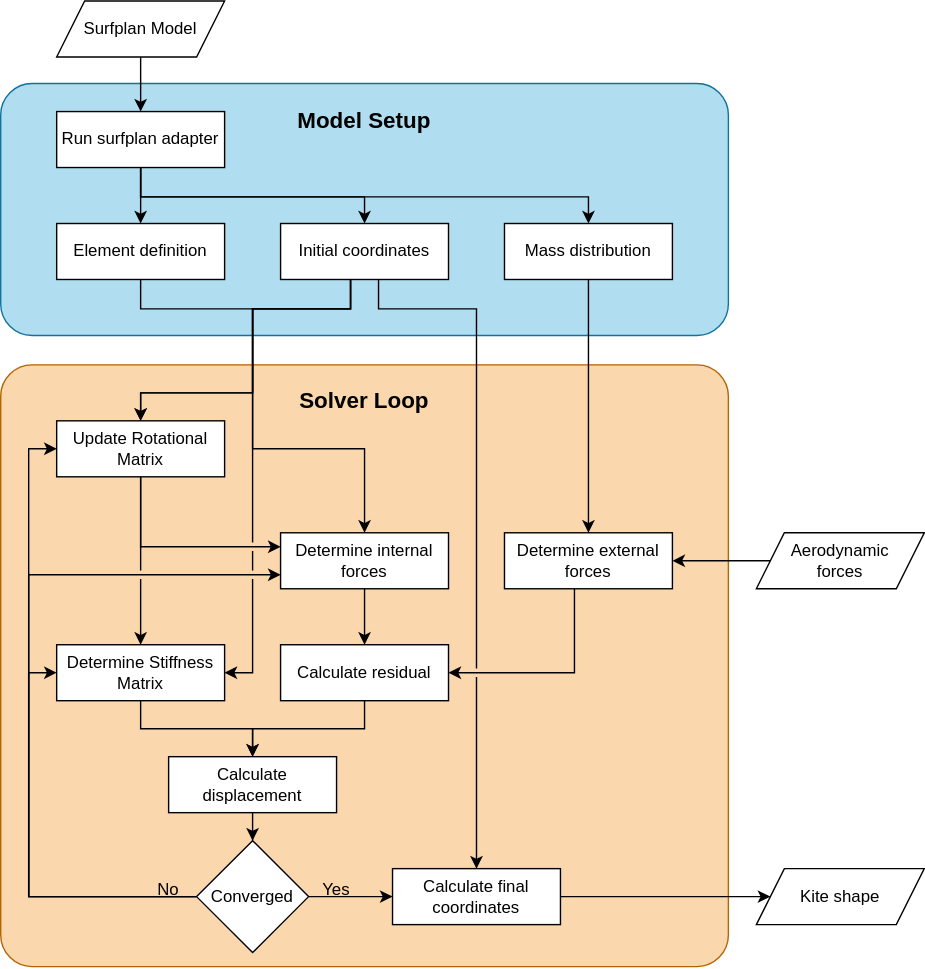
This is Figures/drawio/FEM_flowchart.drawio.svg from PatrickRoel/Thesis, a draw.io export, as it was before one commit. Source tidied: cells renumbered, new cells last; positions are measured from the earlier drawing's top-left corner, leaving out a move shared by most shapes.
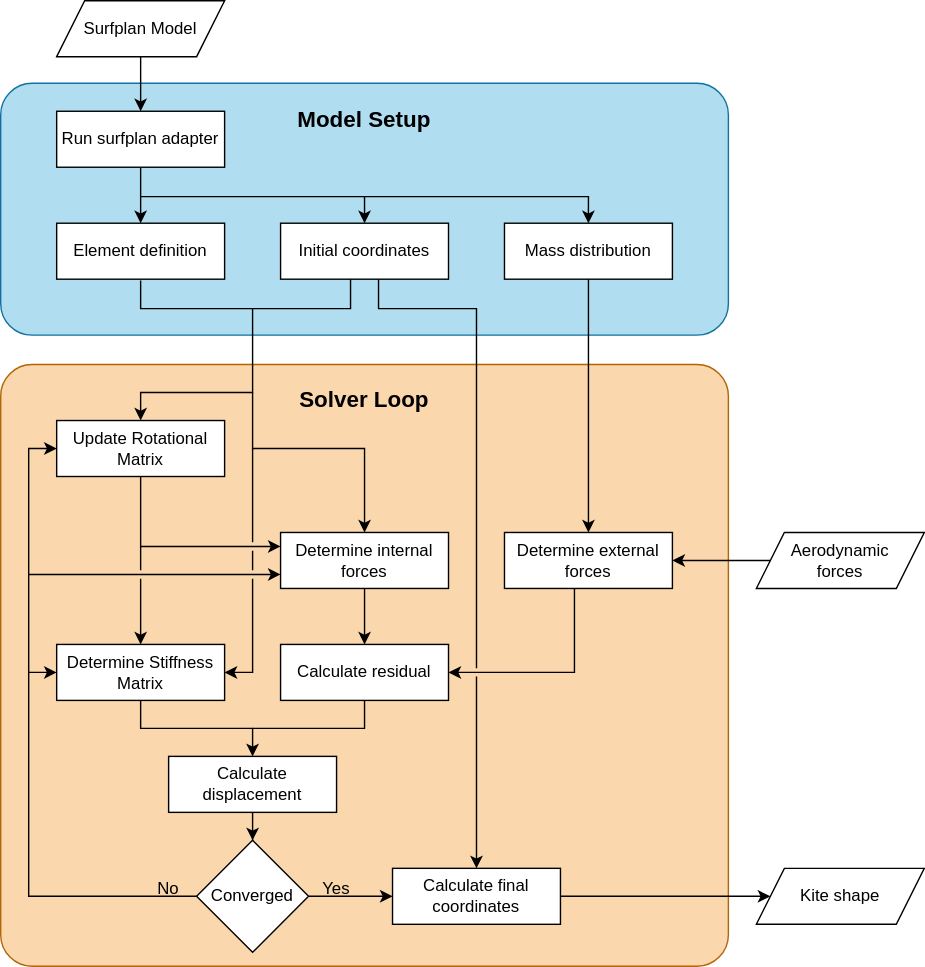
The same file after the commit.

The edit, as a diff of the source:
```diff
@@ -2,12 +2,15 @@
   <root>
     <mxCell id="0" />
     <mxCell id="1" parent="0" />
+    <mxCell id="3" style="rounded=1;whiteSpace=wrap;html=1;fillColor=#FAD7AC;strokeColor=#b46504;glass=0;shadow=0;arcSize=45;absoluteArcSize=1;" parent="1" vertex="1">
+      <mxGeometry y="260" width="520" height="430" as="geometry" />
+    </mxCell>
+    <mxCell id="45" value="Solver Loop" style="text;html=1;whiteSpace=wrap;strokeColor=none;fillColor=none;align=center;verticalAlign=middle;rounded=0;fontStyle=1;fontSize=16;" parent="1" vertex="1">
+      <mxGeometry y="270" width="520" height="30" as="geometry" />
+    </mxCell>
     <mxCell id="2" style="rounded=1;whiteSpace=wrap;html=1;fillColor=#b1ddf0;strokeColor=#10739e;absoluteArcSize=1;arcSize=45;" parent="1" vertex="1">
       <mxGeometry y="59" width="520" height="180" as="geometry" />
     </mxCell>
-    <mxCell id="3" style="rounded=1;whiteSpace=wrap;html=1;fillColor=#FAD7AC;strokeColor=#b46504;glass=0;shadow=0;arcSize=45;absoluteArcSize=1;" parent="1" vertex="1">
-      <mxGeometry y="260" width="520" height="430" as="geometry" />
-    </mxCell>
     <mxCell id="4" style="edgeStyle=orthogonalEdgeStyle;rounded=0;jettySize=auto;html=1;" parent="1" edge="1" source="5" target="7">
       <mxGeometry relative="1" as="geometry">
         <Array as="points">
@@ -19,9 +22,6 @@
     <mxCell id="5" value="Determine internal forces" style="rounded=0;whiteSpace=wrap;html=1;" parent="1" vertex="1">
       <mxGeometry x="200" y="380" width="120" height="40" as="geometry" />
     </mxCell>
-    <mxCell id="6" style="edgeStyle=orthogonalEdgeStyle;rounded=0;jettySize=auto;html=1;exitX=0.5;exitY=1;exitDx=0;exitDy=0;entryX=0.5;entryY=0;entryDx=0;entryDy=0;" parent="1" edge="1" source="7" target="11">
-      <mxGeometry relative="1" as="geometry" />
-    </mxCell>
     <mxCell id="7" value="Calculate residual" style="rounded=0;whiteSpace=wrap;html=1;" parent="1" vertex="1">
       <mxGeometry x="200" y="460" width="120" height="40" as="geometry" />
     </mxCell>
@@ -45,24 +45,6 @@
         </Array>
       </mxGeometry>
     </mxCell>
-    <mxCell id="13" style="edgeStyle=orthogonalEdgeStyle;rounded=0;jettySize=auto;html=1;" parent="1" edge="1" source="16">
-      <mxGeometry relative="1" as="geometry">
-        <mxPoint x="200" y="410" as="targetPoint" />
-        <Array as="points">
-          <mxPoint x="20" y="640" />
-          <mxPoint x="20" y="410" />
-          <mxPoint x="200" y="410" />
-        </Array>
-      </mxGeometry>
-    </mxCell>
-    <mxCell id="14" style="edgeStyle=orthogonalEdgeStyle;rounded=0;jettySize=auto;html=1;entryX=0;entryY=0.5;entryDx=0;entryDy=0;" parent="1" edge="1" source="16" target="34">
-      <mxGeometry relative="1" as="geometry">
-        <Array as="points">
-          <mxPoint x="20" y="640" />
-          <mxPoint x="20" y="320" />
-        </Array>
-      </mxGeometry>
-    </mxCell>
     <mxCell id="15" style="edgeStyle=orthogonalEdgeStyle;rounded=0;jettySize=auto;html=1;entryX=0;entryY=0.5;entryDx=0;entryDy=0;" parent="1" edge="1" source="16" target="32">
       <mxGeometry relative="1" as="geometry" />
     </mxCell>
@@ -75,16 +57,6 @@
     <mxCell id="18" value="No" style="text;html=1;whiteSpace=wrap;strokeColor=none;fillColor=none;align=center;verticalAlign=middle;rounded=0;" parent="1" vertex="1">
       <mxGeometry x="90" y="620" width="60" height="30" as="geometry" />
     </mxCell>
-    <mxCell id="19" style="edgeStyle=orthogonalEdgeStyle;rounded=0;jettySize=auto;html=1;" parent="1" edge="1" source="20" target="34">
-      <mxGeometry relative="1" as="geometry">
-        <Array as="points">
-          <mxPoint x="100" y="220" />
-          <mxPoint x="180" y="220" />
-          <mxPoint x="180" y="280" />
-          <mxPoint x="100" y="280" />
-        </Array>
-      </mxGeometry>
-    </mxCell>
     <mxCell id="20" value="Element definition" style="rounded=0;whiteSpace=wrap;html=1;" parent="1" vertex="1">
       <mxGeometry x="40" y="159" width="120" height="40" as="geometry" />
     </mxCell>
@@ -129,19 +101,12 @@
     <mxCell id="27" value="Initial coordinates" style="rounded=0;whiteSpace=wrap;html=1;" parent="1" vertex="1">
       <mxGeometry x="200" y="159" width="120" height="40" as="geometry" />
     </mxCell>
-    <mxCell id="28" style="edgeStyle=orthogonalEdgeStyle;rounded=0;jettySize=auto;html=1;entryX=0.5;entryY=0;entryDx=0;entryDy=0;" parent="1" edge="1" source="31" target="40">
-      <mxGeometry relative="1" as="geometry">
-        <Array as="points">
-          <mxPoint x="100" y="140" />
-          <mxPoint x="420" y="140" />
-        </Array>
-      </mxGeometry>
-    </mxCell>
     <mxCell id="29" style="edgeStyle=orthogonalEdgeStyle;rounded=0;jettySize=auto;html=1;entryX=0.5;entryY=0;entryDx=0;entryDy=0;" parent="1" edge="1" source="31" target="20">
       <mxGeometry relative="1" as="geometry" />
     </mxCell>
-    <mxCell id="30" style="edgeStyle=orthogonalEdgeStyle;rounded=0;jettySize=auto;html=1;" parent="1" edge="1" source="31" target="27">
+    <mxCell id="30" style="edgeStyle=orthogonalEdgeStyle;rounded=0;jettySize=auto;html=1;" parent="1" edge="1" target="27">
       <mxGeometry relative="1" as="geometry">
+        <mxPoint x="260" y="140" as="sourcePoint" />
         <Array as="points">
           <mxPoint x="100" y="140" />
           <mxPoint x="260" y="140" />
@@ -154,14 +119,6 @@
     <mxCell id="32" value="Calculate final coordinates" style="rounded=0;whiteSpace=wrap;html=1;" parent="1" vertex="1">
       <mxGeometry x="280" y="620" width="120" height="40" as="geometry" />
     </mxCell>
-    <mxCell id="33" style="edgeStyle=orthogonalEdgeStyle;rounded=0;jettySize=auto;html=1;jumpStyle=gap;" parent="1" edge="1" source="34">
-      <mxGeometry relative="1" as="geometry">
-        <mxPoint x="100" y="460" as="targetPoint" />
-        <Array as="points">
-          <mxPoint x="100" y="460" />
-        </Array>
-      </mxGeometry>
-    </mxCell>
     <mxCell id="34" value="Update Rotational Matrix" style="rounded=0;whiteSpace=wrap;html=1;" parent="1" vertex="1">
       <mxGeometry x="40" y="300" width="120" height="40" as="geometry" />
     </mxCell>
@@ -172,15 +129,6 @@
         </Array>
       </mxGeometry>
     </mxCell>
-    <mxCell id="36" style="edgeStyle=orthogonalEdgeStyle;rounded=0;jettySize=auto;html=1;jumpStyle=gap;entryX=1;entryY=0.5;entryDx=0;entryDy=0;" parent="1" edge="1" source="27" target="9">
-      <mxGeometry relative="1" as="geometry">
-        <Array as="points">
-          <mxPoint x="250" y="220" />
-          <mxPoint x="180" y="220" />
-          <mxPoint x="180" y="480" />
-        </Array>
-      </mxGeometry>
-    </mxCell>
     <mxCell id="37" style="edgeStyle=orthogonalEdgeStyle;rounded=0;jettySize=auto;html=1;" parent="1" edge="1" source="38" target="31">
       <mxGeometry relative="1" as="geometry" />
     </mxCell>
@@ -199,21 +147,75 @@
     <mxCell id="42" value="&lt;div&gt;Determine external&lt;/div&gt;&lt;div&gt;forces&lt;/div&gt;" style="rounded=0;whiteSpace=wrap;html=1;" parent="1" vertex="1">
       <mxGeometry x="360" y="380" width="120" height="40" as="geometry" />
     </mxCell>
-    <mxCell id="43" style="edgeStyle=orthogonalEdgeStyle;rounded=0;jettySize=auto;html=1;entryX=0.5;entryY=0;entryDx=0;entryDy=0;jumpStyle=gap;" parent="1" edge="1" source="27" target="5">
-      <mxGeometry relative="1" as="geometry">
-        <Array as="points">
-          <mxPoint x="250" y="220" />
-          <mxPoint x="180" y="220" />
-          <mxPoint x="180" y="320" />
-          <mxPoint x="260" y="320" />
-        </Array>
-      </mxGeometry>
-    </mxCell>
     <mxCell id="44" value="Model Setup" style="text;html=1;whiteSpace=wrap;strokeColor=none;fillColor=none;align=center;verticalAlign=middle;rounded=0;fontStyle=1;fontSize=16;" parent="1" vertex="1">
       <mxGeometry y="70" width="520" height="30" as="geometry" />
     </mxCell>
-    <mxCell id="45" value="Solver Loop" style="text;html=1;whiteSpace=wrap;strokeColor=none;fillColor=none;align=center;verticalAlign=middle;rounded=0;fontStyle=1;fontSize=16;" parent="1" vertex="1">
-      <mxGeometry y="270" width="520" height="30" as="geometry" />
-    </mxCell>
+    <mxCell id="46" style="edgeStyle=orthogonalEdgeStyle;rounded=0;orthogonalLoop=1;jettySize=auto;html=1;" parent="1" edge="1">
+      <mxGeometry relative="1" as="geometry">
+        <mxPoint x="420" y="140" as="sourcePoint" />
+        <mxPoint x="420" y="159" as="targetPoint" />
+        <Array as="points">
+          <mxPoint x="260" y="140" />
+          <mxPoint x="420" y="140" />
+        </Array>
+      </mxGeometry>
+    </mxCell>
+    <mxCell id="47" style="endArrow=classic;html=1;rounded=0;edgeStyle=orthogonalEdgeStyle;" parent="1" edge="1">
+      <mxGeometry relative="1" as="geometry">
+        <mxPoint x="180" y="280" as="sourcePoint" />
+        <mxPoint x="260" y="380" as="targetPoint" />
+        <Array as="points">
+          <mxPoint x="180" y="320" />
+          <mxPoint x="260" y="320" />
+        </Array>
+      </mxGeometry>
+    </mxCell>
+    <mxCell id="48" style="endArrow=none;html=1;rounded=0;edgeStyle=orthogonalEdgeStyle;" parent="1" edge="1">
+      <mxGeometry relative="1" as="geometry">
+        <mxPoint x="180" y="220" as="sourcePoint" />
+        <mxPoint x="100" y="200" as="targetPoint" />
+      </mxGeometry>
+    </mxCell>
+    <mxCell id="49" style="endArrow=none;html=1;rounded=0;edgeStyle=orthogonalEdgeStyle;" parent="1" edge="1">
+      <mxGeometry relative="1" as="geometry">
+        <mxPoint x="180" y="520" as="sourcePoint" />
+        <mxPoint x="260" y="500" as="targetPoint" />
+      </mxGeometry>
+    </mxCell>
+    <mxCell id="50" style="endArrow=classic;html=1;rounded=0;edgeStyle=orthogonalEdgeStyle;" parent="1" edge="1">
+      <mxGeometry relative="1" as="geometry">
+        <mxPoint x="20" y="480" as="sourcePoint" />
+        <mxPoint x="200" y="410" as="targetPoint" />
+        <Array as="points">
+          <mxPoint x="20" y="410" />
+        </Array>
+      </mxGeometry>
+    </mxCell>
+    <mxCell id="33" style="edgeStyle=orthogonalEdgeStyle;rounded=0;orthogonalLoop=1;jettySize=auto;html=1;jumpStyle=gap;" parent="1" edge="1">
+      <mxGeometry relative="1" as="geometry">
+        <mxPoint x="100" y="390" as="sourcePoint" />
+        <mxPoint x="100" y="460" as="targetPoint" />
+        <Array as="points">
+          <mxPoint x="100" y="460" />
+        </Array>
+      </mxGeometry>
+    </mxCell>
+    <mxCell id="51" style="endArrow=classic;html=1;rounded=0;edgeStyle=orthogonalEdgeStyle;jumpStyle=gap;" parent="1" edge="1">
+      <mxGeometry relative="1" as="geometry">
+        <mxPoint x="180" y="320" as="sourcePoint" />
+        <mxPoint x="160" y="480" as="targetPoint" />
+        <Array as="points">
+          <mxPoint x="180" y="480" />
+        </Array>
+      </mxGeometry>
+    </mxCell>
+    <mxCell id="52" style="endArrow=classic;html=1;rounded=0;entryX=0;entryY=0.5;entryDx=0;entryDy=0;edgeStyle=orthogonalEdgeStyle;" parent="1" edge="1" target="34">
+      <mxGeometry relative="1" as="geometry">
+        <mxPoint x="20" y="410" as="sourcePoint" />
+        <Array as="points">
+          <mxPoint x="20" y="320" />
+        </Array>
+      </mxGeometry>
+    </mxCell>
   </root>
 </mxGraphModel>
```
